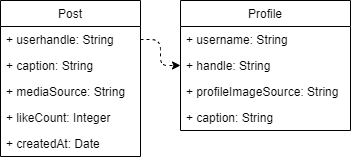
Before: paper/diagrams/entities.png, a diagram exported from draw.io (andreasnicklaus/master). Source tidied: cells renumbered, new cells last; positions are measured from the earlier drawing's top-left corner, leaving out a move shared by most shapes. Source of this version:
```xml
<mxGraphModel>
  <root>
    <mxCell id="0" />
    <mxCell id="1" parent="0" />
    <mxCell id="2" value="Post" style="swimlane;fontStyle=0;horizontal=1;startSize=26;fillColor=none;" parent="1" vertex="1">
      <mxGeometry width="140" height="156" as="geometry" />
    </mxCell>
    <mxCell id="3" value="+ userhandle: String" style="text;strokeColor=none;fillColor=none;align=left;verticalAlign=top;spacingLeft=4;spacingRight=4;overflow=hidden;points=[[0,0.5],[1,0.5]];portConstraint=eastwest;" parent="2" vertex="1">
      <mxGeometry y="26" width="140" height="26" as="geometry" />
    </mxCell>
    <mxCell id="4" value="+ caption: String" style="text;strokeColor=none;fillColor=none;align=left;verticalAlign=top;spacingLeft=4;spacingRight=4;overflow=hidden;" parent="2" vertex="1">
      <mxGeometry y="52" width="140" height="26" as="geometry" />
    </mxCell>
    <mxCell id="5" value="+ mediaSource: String" style="text;strokeColor=none;fillColor=none;align=left;verticalAlign=top;spacingLeft=4;spacingRight=4;overflow=hidden;" parent="2" vertex="1">
      <mxGeometry y="78" width="140" height="26" as="geometry" />
    </mxCell>
    <mxCell id="6" value="+ likeCount: Integer" style="text;strokeColor=none;fillColor=none;align=left;verticalAlign=top;spacingLeft=4;spacingRight=4;overflow=hidden;" parent="2" vertex="1">
      <mxGeometry y="104" width="140" height="26" as="geometry" />
    </mxCell>
    <mxCell id="7" value="+ createdAt: Date" style="text;strokeColor=none;fillColor=none;align=left;verticalAlign=top;spacingLeft=4;spacingRight=4;overflow=hidden;" parent="2" vertex="1">
      <mxGeometry y="130" width="140" height="26" as="geometry" />
    </mxCell>
    <mxCell id="8" value="Profile" style="swimlane;fontStyle=0;horizontal=1;startSize=26;fillColor=none;" parent="1" vertex="1">
      <mxGeometry x="180" width="170" height="130" as="geometry" />
    </mxCell>
    <mxCell id="9" value="+ username: String" style="text;strokeColor=none;fillColor=none;align=left;verticalAlign=top;spacingLeft=4;spacingRight=4;overflow=hidden;" parent="8" vertex="1">
      <mxGeometry y="26" width="170" height="26" as="geometry" />
    </mxCell>
    <mxCell id="10" value="+ handle: String" style="text;strokeColor=none;fillColor=none;align=left;verticalAlign=top;spacingLeft=4;spacingRight=4;overflow=hidden;points=[[0,0.5],[1,0.5]];portConstraint=eastwest;" parent="8" vertex="1">
      <mxGeometry y="52" width="170" height="26" as="geometry" />
    </mxCell>
    <mxCell id="11" value="+ profileImageSource: String" style="text;strokeColor=none;fillColor=none;align=left;verticalAlign=top;spacingLeft=4;spacingRight=4;overflow=hidden;" parent="8" vertex="1">
      <mxGeometry y="78" width="170" height="26" as="geometry" />
    </mxCell>
    <mxCell id="12" value="+ caption: String" style="text;strokeColor=none;fillColor=none;align=left;verticalAlign=top;spacingLeft=4;spacingRight=4;overflow=hidden;" parent="8" vertex="1">
      <mxGeometry y="104" width="170" height="26" as="geometry" />
    </mxCell>
    <mxCell id="13" style="edgeStyle=orthogonalEdgeStyle;html=1;entryX=0;entryY=0.5;entryDx=0;entryDy=0;rounded=1;dashed=1;" parent="1" edge="1" source="3" target="10">
      <mxGeometry relative="1" as="geometry" />
    </mxCell>
  </root>
</mxGraphModel>
```
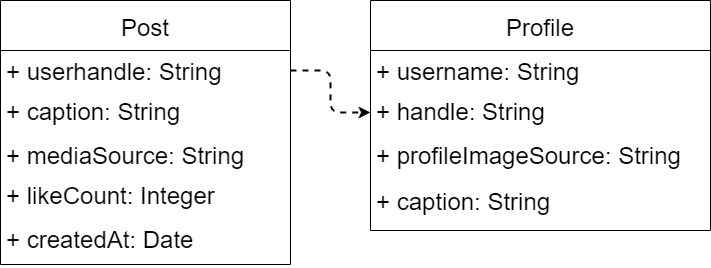
After the commit.

What changed in the source:
```diff
@@ -2,40 +2,40 @@
   <root>
     <mxCell id="0" />
     <mxCell id="1" parent="0" />
-    <mxCell id="2" value="Post" style="swimlane;fontStyle=0;horizontal=1;startSize=26;fillColor=none;" parent="1" vertex="1">
-      <mxGeometry width="140" height="156" as="geometry" />
+    <mxCell id="2" value="Post" style="swimlane;fontStyle=0;horizontal=1;startSize=50;fillColor=none;fontSize=24;" parent="1" vertex="1">
+      <mxGeometry x="-280" width="290" height="264" as="geometry" />
     </mxCell>
-    <mxCell id="3" value="+ userhandle: String" style="text;strokeColor=none;fillColor=none;align=left;verticalAlign=top;spacingLeft=4;spacingRight=4;overflow=hidden;points=[[0,0.5],[1,0.5]];portConstraint=eastwest;" parent="2" vertex="1">
-      <mxGeometry y="26" width="140" height="26" as="geometry" />
+    <mxCell id="3" value="+ userhandle: String" style="text;strokeColor=none;fillColor=none;align=left;verticalAlign=top;spacingLeft=4;spacingRight=4;overflow=hidden;points=[[0,0.5],[1,0.5]];portConstraint=eastwest;fontSize=24;" parent="2" vertex="1">
+      <mxGeometry y="50" width="290" height="40" as="geometry" />
     </mxCell>
-    <mxCell id="4" value="+ caption: String" style="text;strokeColor=none;fillColor=none;align=left;verticalAlign=top;spacingLeft=4;spacingRight=4;overflow=hidden;" parent="2" vertex="1">
-      <mxGeometry y="52" width="140" height="26" as="geometry" />
+    <mxCell id="4" value="+ caption: String" style="text;strokeColor=none;fillColor=none;align=left;verticalAlign=top;spacingLeft=4;spacingRight=4;overflow=hidden;fontSize=24;" parent="2" vertex="1">
+      <mxGeometry y="90" width="290" height="44" as="geometry" />
     </mxCell>
-    <mxCell id="5" value="+ mediaSource: String" style="text;strokeColor=none;fillColor=none;align=left;verticalAlign=top;spacingLeft=4;spacingRight=4;overflow=hidden;" parent="2" vertex="1">
-      <mxGeometry y="78" width="140" height="26" as="geometry" />
+    <mxCell id="5" value="+ mediaSource: String" style="text;strokeColor=none;fillColor=none;align=left;verticalAlign=top;spacingLeft=4;spacingRight=4;overflow=hidden;fontSize=24;" parent="2" vertex="1">
+      <mxGeometry y="134" width="290" height="40" as="geometry" />
     </mxCell>
-    <mxCell id="6" value="+ likeCount: Integer" style="text;strokeColor=none;fillColor=none;align=left;verticalAlign=top;spacingLeft=4;spacingRight=4;overflow=hidden;" parent="2" vertex="1">
-      <mxGeometry y="104" width="140" height="26" as="geometry" />
+    <mxCell id="6" value="+ likeCount: Integer" style="text;strokeColor=none;fillColor=none;align=left;verticalAlign=top;spacingLeft=4;spacingRight=4;overflow=hidden;fontSize=24;" parent="2" vertex="1">
+      <mxGeometry y="174" width="290" height="44" as="geometry" />
     </mxCell>
-    <mxCell id="7" value="+ createdAt: Date" style="text;strokeColor=none;fillColor=none;align=left;verticalAlign=top;spacingLeft=4;spacingRight=4;overflow=hidden;" parent="2" vertex="1">
-      <mxGeometry y="130" width="140" height="26" as="geometry" />
+    <mxCell id="7" value="+ createdAt: Date" style="text;strokeColor=none;fillColor=none;align=left;verticalAlign=top;spacingLeft=4;spacingRight=4;overflow=hidden;fontSize=24;" parent="2" vertex="1">
+      <mxGeometry y="218" width="290" height="46" as="geometry" />
     </mxCell>
-    <mxCell id="8" value="Profile" style="swimlane;fontStyle=0;horizontal=1;startSize=26;fillColor=none;" parent="1" vertex="1">
-      <mxGeometry x="180" width="170" height="130" as="geometry" />
+    <mxCell id="8" value="Profile" style="swimlane;fontStyle=0;horizontal=1;startSize=50;fillColor=none;fontSize=24;" parent="1" vertex="1">
+      <mxGeometry x="90" width="340" height="230" as="geometry" />
     </mxCell>
-    <mxCell id="9" value="+ username: String" style="text;strokeColor=none;fillColor=none;align=left;verticalAlign=top;spacingLeft=4;spacingRight=4;overflow=hidden;" parent="8" vertex="1">
-      <mxGeometry y="26" width="170" height="26" as="geometry" />
+    <mxCell id="9" value="+ username: String" style="text;strokeColor=none;fillColor=none;align=left;verticalAlign=top;spacingLeft=4;spacingRight=4;overflow=hidden;fontSize=24;" parent="8" vertex="1">
+      <mxGeometry y="50" width="340" height="40" as="geometry" />
     </mxCell>
-    <mxCell id="10" value="+ handle: String" style="text;strokeColor=none;fillColor=none;align=left;verticalAlign=top;spacingLeft=4;spacingRight=4;overflow=hidden;points=[[0,0.5],[1,0.5]];portConstraint=eastwest;" parent="8" vertex="1">
-      <mxGeometry y="52" width="170" height="26" as="geometry" />
+    <mxCell id="10" value="+ handle: String" style="text;strokeColor=none;fillColor=none;align=left;verticalAlign=top;spacingLeft=4;spacingRight=4;overflow=hidden;points=[[0,0.5],[1,0.5]];portConstraint=eastwest;fontSize=24;" parent="8" vertex="1">
+      <mxGeometry y="90" width="340" height="44" as="geometry" />
     </mxCell>
-    <mxCell id="11" value="+ profileImageSource: String" style="text;strokeColor=none;fillColor=none;align=left;verticalAlign=top;spacingLeft=4;spacingRight=4;overflow=hidden;" parent="8" vertex="1">
-      <mxGeometry y="78" width="170" height="26" as="geometry" />
+    <mxCell id="11" value="+ profileImageSource: String" style="text;strokeColor=none;fillColor=none;align=left;verticalAlign=top;spacingLeft=4;spacingRight=4;overflow=hidden;fontSize=24;" parent="8" vertex="1">
+      <mxGeometry y="134" width="340" height="46" as="geometry" />
     </mxCell>
-    <mxCell id="12" value="+ caption: String" style="text;strokeColor=none;fillColor=none;align=left;verticalAlign=top;spacingLeft=4;spacingRight=4;overflow=hidden;" parent="8" vertex="1">
-      <mxGeometry y="104" width="170" height="26" as="geometry" />
+    <mxCell id="12" value="+ caption: String" style="text;strokeColor=none;fillColor=none;align=left;verticalAlign=top;spacingLeft=4;spacingRight=4;overflow=hidden;fontSize=24;" parent="8" vertex="1">
+      <mxGeometry y="180" width="340" height="50" as="geometry" />
     </mxCell>
-    <mxCell id="13" style="edgeStyle=orthogonalEdgeStyle;html=1;entryX=0;entryY=0.5;entryDx=0;entryDy=0;rounded=1;dashed=1;" parent="1" edge="1" source="3" target="10">
+    <mxCell id="13" style="edgeStyle=orthogonalEdgeStyle;html=1;entryX=0;entryY=0.5;entryDx=0;entryDy=0;rounded=1;dashed=1;fontSize=24;spacing=2;strokeWidth=2;" parent="1" edge="1" source="3" target="10">
       <mxGeometry relative="1" as="geometry" />
     </mxCell>
   </root>
```
